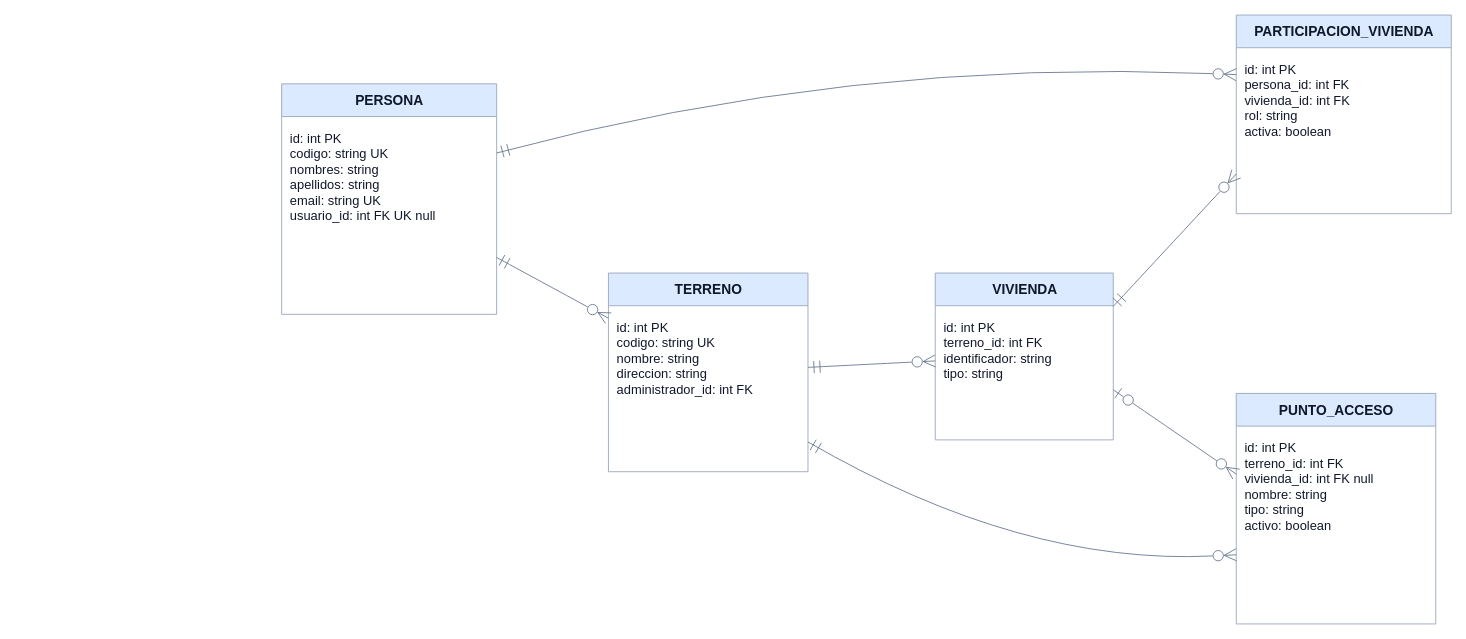
Before: page "BD inicial implementada" (2 of 2) of er/SmartConnect_ER_v1.drawio in amaruprog14/smartconnect, a draw.io diagram. Source tidied: cells renumbered, new cells numbered last; positions are measured from the earlier drawing's top-left corner, leaving out a move shared by most shapes. Both pictures are drawn from the tidied source at 86%, with x=0, y=0 at pixel (281, 15).
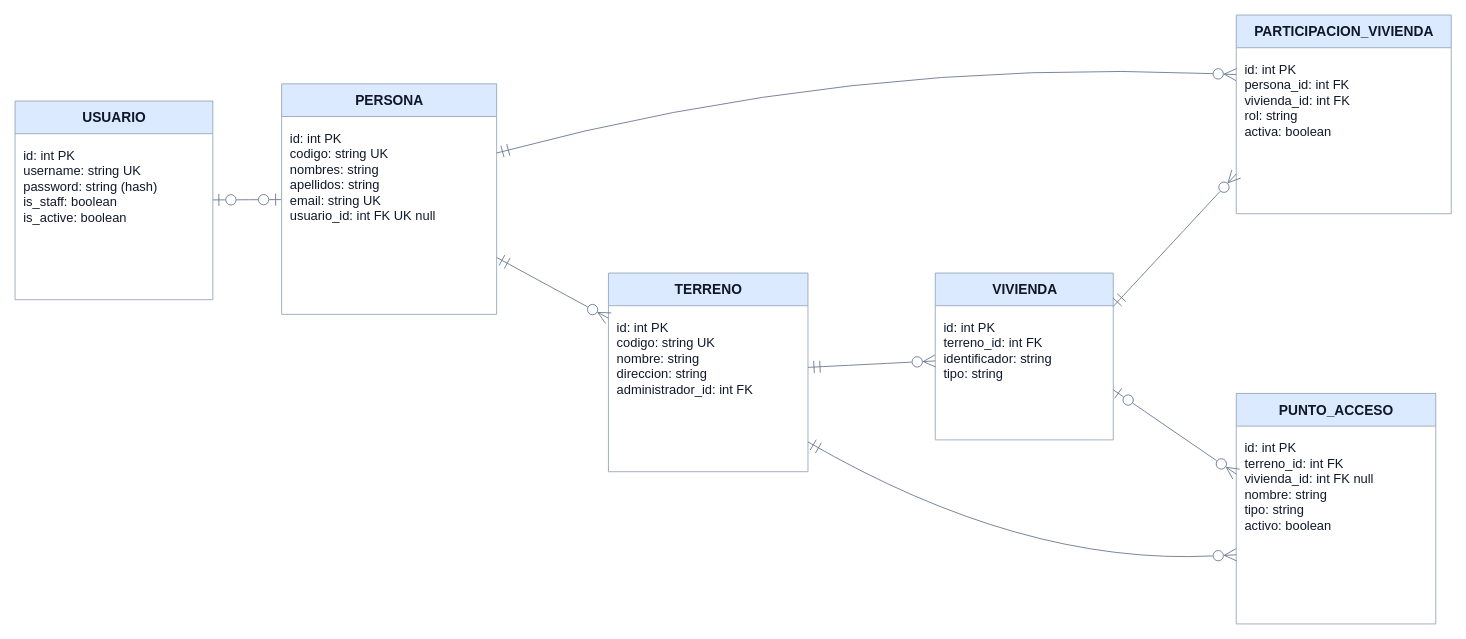
The same diagram, later.

Commit message (it also covers changes not shown here):
Actualiza el ER con la entidad USUARIO

Unchanged cells that the change refers to:
```xml
<mxCell id="2" value="PERSONA" style="swimlane;html=1;startSize=38;horizontal=1;rounded=0;fillColor=#dbeafe;swimlaneFillColor=#ffffff;strokeColor=#94a3b8;fontColor=#0f172a;fontSize=16;fontStyle=1;align=center;" parent="1" vertex="1">
  <mxGeometry y="80" width="250" height="268" as="geometry" />
</mxCell>
```

Diff of the diagram source:
```diff
@@
+    <mxCell id="18" value="USUARIO" style="swimlane;html=1;startSize=38;horizontal=1;rounded=0;fillColor=#dbeafe;swimlaneFillColor=#ffffff;strokeColor=#94a3b8;fontColor=#0f172a;fontSize=16;fontStyle=1;align=center;" parent="1" vertex="1">
+      <mxGeometry x="-310" y="100" width="230" height="231" as="geometry" />
+    </mxCell>
+    <mxCell id="19" value="id: int PK&lt;br&gt;username: string UK&lt;br&gt;password: string (hash)&lt;br&gt;is_staff: boolean&lt;br&gt;is_active: boolean" style="text;html=1;strokeColor=none;fillColor=none;align=left;verticalAlign=top;whiteSpace=wrap;spacing=10;spacingTop=2;fontSize=15;fontStyle=0;fontColor=#0f172a;" parent="18" vertex="1">
+      <mxGeometry y="38" width="230" height="193" as="geometry" />
+    </mxCell>
+    <mxCell id="20" style="curved=1;rounded=1;html=1;startArrow=ERzeroToOne;endArrow=ERzeroToOne;startFill=0;endFill=0;startSize=12;endSize=12;strokeColor=#64748b;" parent="1" edge="1" source="18" target="2">
+      <mxGeometry relative="1" as="geometry" />
+    </mxCell>
```
